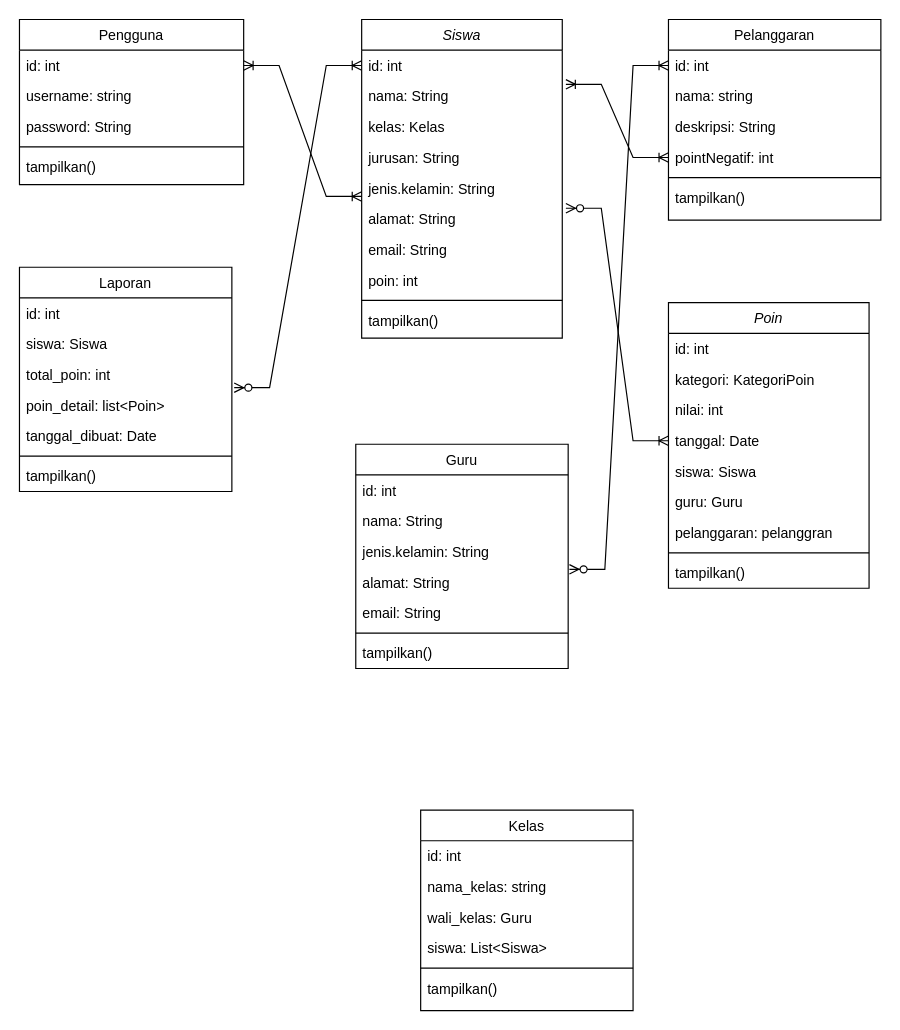
Before: class Diagram.drawio in Deriserin/Tefa-poin, a draw.io diagram. Source tidied: cells renumbered, new cells numbered last; positions are measured from the earlier drawing's top-left corner, leaving out a move shared by most shapes. Both pictures are drawn from the tidied source at 118%, with x=0, y=0 at pixel (19, 19).
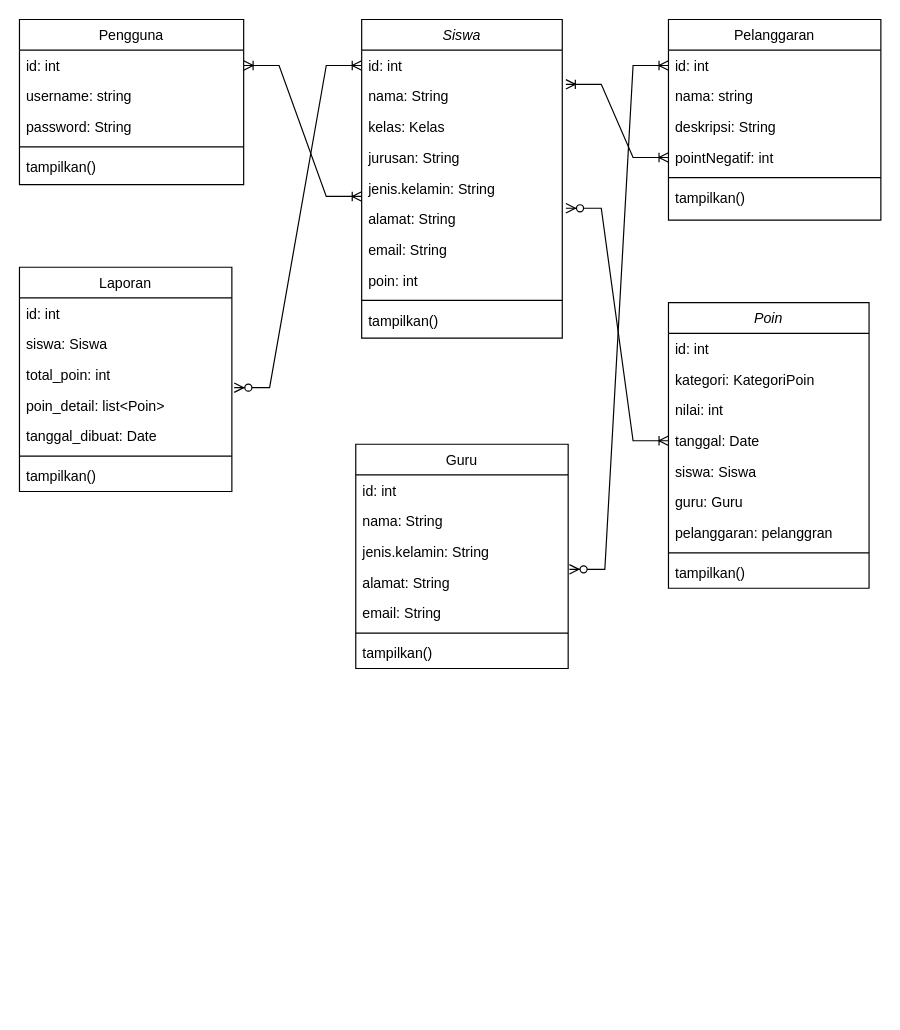
The same diagram, later.

What changed in the source:
```diff
@@
-    <mxCell id="42" value="Kelas" style="swimlane;fontStyle=0;align=center;verticalAlign=top;horizontal=1;startSize=26;rounded=0;shadow=0;strokeWidth=1;" parent="1" vertex="1">
-      <mxGeometry x="340" y="670" width="180" height="170" as="geometry" />
-    </mxCell>
-    <mxCell id="43" value="id: int" style="text;align=left;verticalAlign=top;spacingLeft=4;spacingRight=4;overflow=hidden;rounded=0;shadow=0;html=0;" parent="42" vertex="1">
-      <mxGeometry y="26" width="180" height="26" as="geometry" />
-    </mxCell>
-    <mxCell id="44" value="nama_kelas: string" style="text;align=left;verticalAlign=top;spacingLeft=4;spacingRight=4;overflow=hidden;rounded=0;shadow=0;html=0;" parent="42" vertex="1">
-      <mxGeometry y="52" width="180" height="26" as="geometry" />
-    </mxCell>
-    <mxCell id="45" value="wali_kelas: Guru" style="text;align=left;verticalAlign=top;spacingLeft=4;spacingRight=4;overflow=hidden;rounded=0;shadow=0;html=0;" parent="42" vertex="1">
-      <mxGeometry y="78" width="180" height="26" as="geometry" />
-    </mxCell>
-    <mxCell id="46" value="siswa: List&lt;Siswa&gt;" style="text;align=left;verticalAlign=top;spacingLeft=4;spacingRight=4;overflow=hidden;rounded=0;shadow=0;html=0;" parent="42" vertex="1">
-      <mxGeometry y="104" width="180" height="26" as="geometry" />
-    </mxCell>
-    <mxCell id="47" style="line;html=1;strokeWidth=1;align=left;verticalAlign=middle;spacingTop=-1;spacingLeft=3;spacingRight=3;labelPosition=right;" parent="42" vertex="1">
-      <mxGeometry y="130" width="180" height="8" as="geometry" />
-    </mxCell>
-    <mxCell id="48" value="tampilkan()" style="text;align=left;verticalAlign=top;spacingLeft=4;spacingRight=4;overflow=hidden;" parent="42" vertex="1">
-      <mxGeometry y="138" width="180" height="26" as="geometry" />
-    </mxCell>
```
